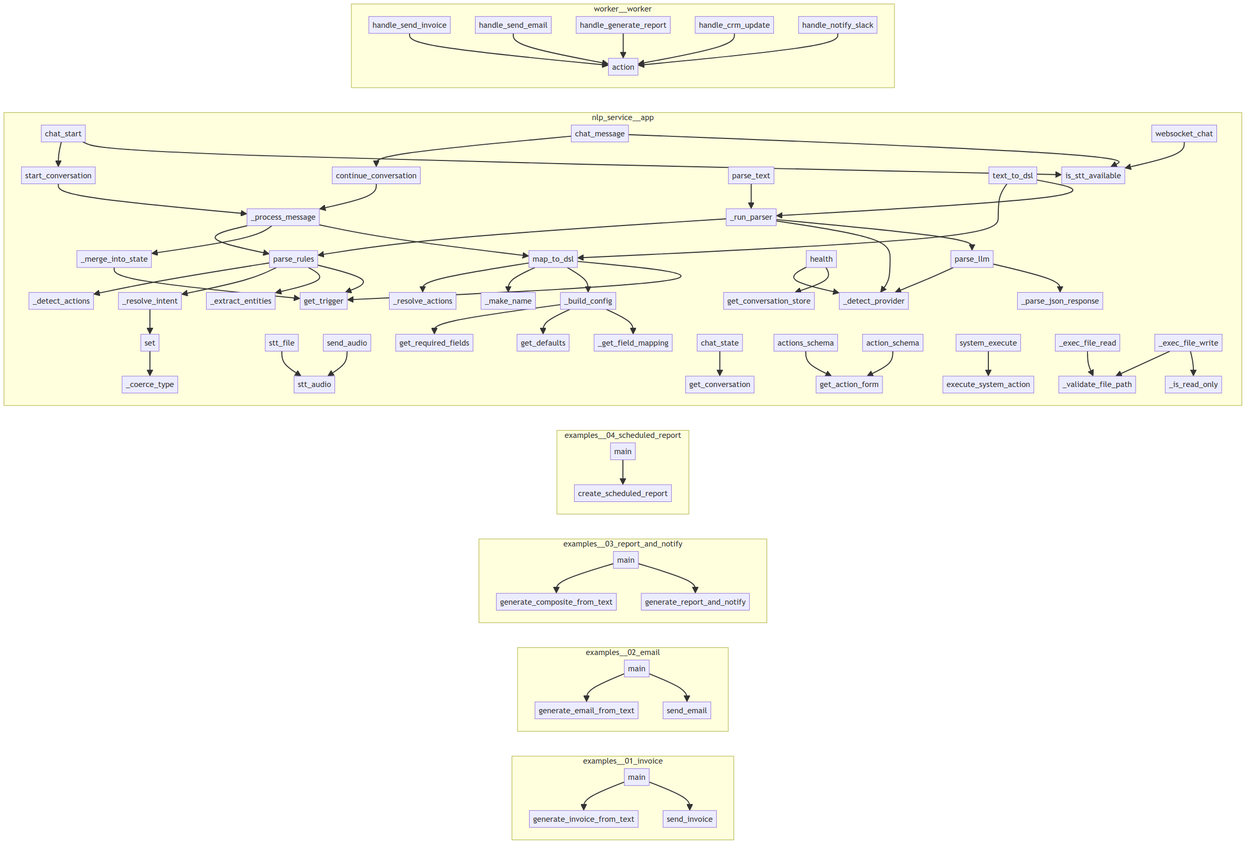
Earlier version of the Mermaid export project/calls.png (wronai/nlp2dsl). Its source is kept beside it as project/calls.mmd.
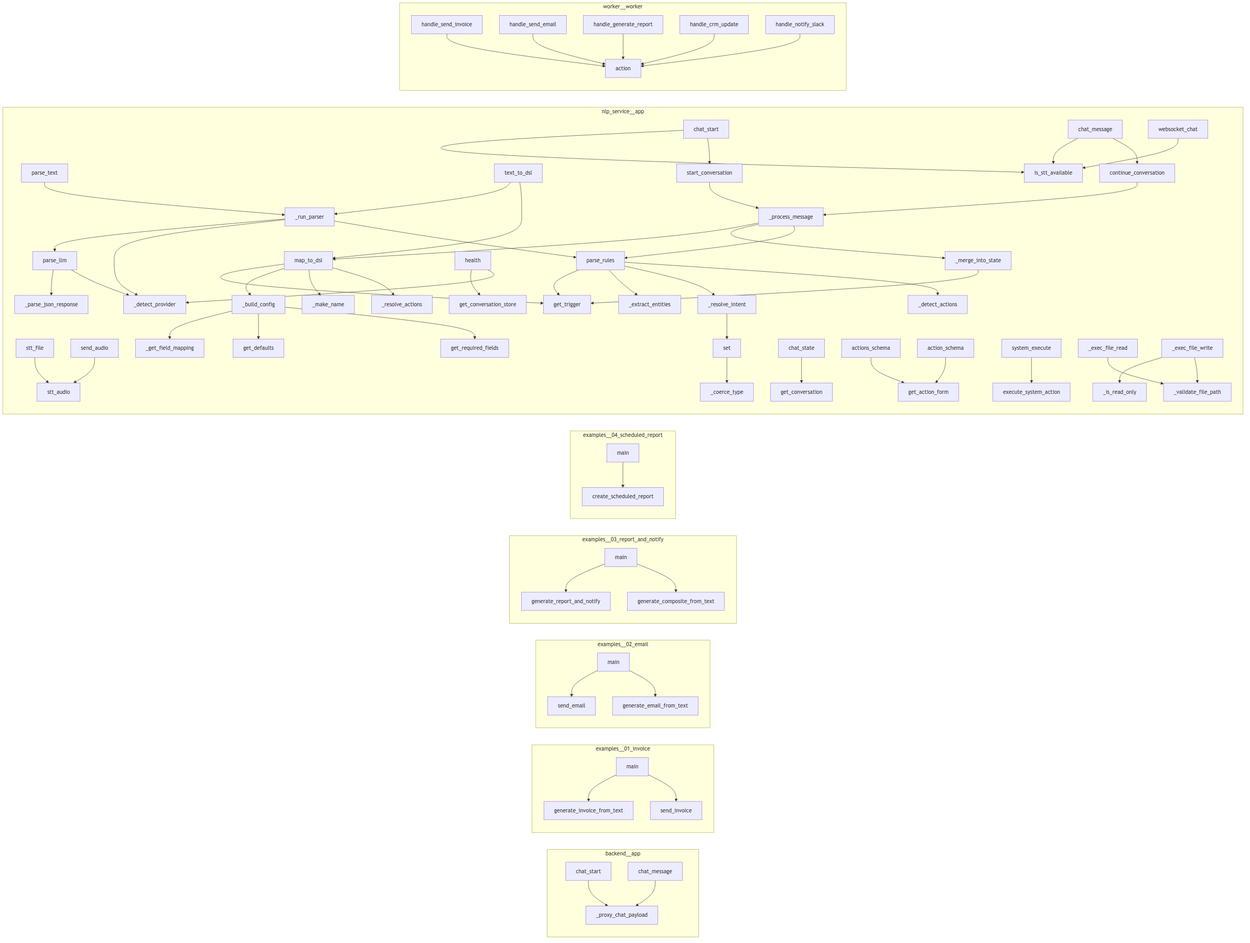
After the change.

Change to the diagram source:
```diff
@@ -1,84 +1,91 @@
 flowchart LR
+    subgraph backend__app
+        backend__app__workflow__chat_message["chat_message"]
+        backend__app__workflow__chat_start["chat_start"]
+        backend__app__workflow___proxy_chat_payload["_proxy_chat_payload"]
+    end
     subgraph examples__01_invoice
         examples__01_invoice__main__main["main"]
         examples__01_invoice__main__send_invoice["send_invoice"]
         examples__01_invoice__main__generate_invoice_from_text["generate_invoice_from_text"]
     end
     subgraph examples__02_email
+        examples__02_email__main__send_email["send_email"]
         examples__02_email__main__generate_email_from_text["generate_email_from_text"]
-        examples__02_email__main__send_email["send_email"]
         examples__02_email__main__main["main"]
     end
     subgraph examples__03_report_and_notify
-        examples__03_report_and_notify__main__generate_composite_from_text["generate_composite_from_text"]
         examples__03_report_and_notify__main__generate_report_and_notify["generate_report_and_notify"]
         examples__03_report_and_notify__main__main["main"]
+        examples__03_report_and_notify__main__generate_composite_from_text["generate_composite_from_text"]
     end
     subgraph examples__04_scheduled_report
         examples__04_scheduled_report__main__main["main"]
         examples__04_scheduled_report__main__create_scheduled_report["create_scheduled_report"]
     end
     subgraph nlp_service__app
+        nlp_service__app__orchestrator___merge_into_state["_merge_into_state"]
+        nlp_service__app__system_executor___is_read_only["_is_read_only"]
+        nlp_service__app__mapper__map_to_dsl["map_to_dsl"]
+        nlp_service__app__mapper___resolve_actions["_resolve_actions"]
+        nlp_service__app__main__system_execute["system_execute"]
+        nlp_service__app__main__chat_start["chat_start"]
+        nlp_service__app__orchestrator__start_conversation["start_conversation"]
+        nlp_service__app__orchestrator__continue_conversation["continue_conversation"]
+        nlp_service__app__registry__get_required_fields["get_required_fields"]
+        nlp_service__app__parser_rules___resolve_intent["_resolve_intent"]
+        nlp_service__app__parser_llm___parse_json_response["_parse_json_response"]
+        nlp_service__app__main__websocket_chat["websocket_chat"]
+        nlp_service__app__registry__get_defaults["get_defaults"]
+        nlp_service__app__main__chat_message["chat_message"]
+        nlp_service__app__parser_rules___extract_entities["_extract_entities"]
+        nlp_service__app__parser_llm___detect_provider["_detect_provider"]
         nlp_service__app__settings__SettingsManager__set["set"]
+        nlp_service__app__registry__get_trigger["get_trigger"]
+        nlp_service__app__audio_parser__StreamingSTT__send_audio["send_audio"]
         nlp_service__app__system_executor___exec_file_read["_exec_file_read"]
-        nlp_service__app__registry__get_required_fields["get_required_fields"]
-        nlp_service__app__system_executor___is_read_only["_is_read_only"]
-        nlp_service__app__orchestrator__continue_conversation["continue_conversation"]
+        nlp_service__app__main__text_to_dsl["text_to_dsl"]
+        nlp_service__app__mapper___get_field_mapping["_get_field_mapping"]
         nlp_service__app__mapper___build_config["_build_config"]
-        nlp_service__app__orchestrator___merge_into_state["_merge_into_state"]
+        nlp_service__app__audio_parser__stt_file["stt_file"]
+        nlp_service__app__main__chat_state["chat_state"]
+        nlp_service__app__system_executor___validate_file_path["_validate_file_path"]
+        nlp_service__app__system_executor___exec_file_write["_exec_file_write"]
+        nlp_service__app__parser_rules__parse_rules["parse_rules"]
+        nlp_service__app__mapper___make_name["_make_name"]
+        nlp_service__app__orchestrator__get_action_form["get_action_form"]
+        nlp_service__app__main__actions_schema["actions_schema"]
+        nlp_service__app__main__health["health"]
+        nlp_service__app__orchestrator__get_conversation["get_conversation"]
+        nlp_service__app__system_executor__execute_system_action["execute_system_action"]
+        nlp_service__app__settings___coerce_type["_coerce_type"]
+        nlp_service__app__main___run_parser["_run_parser"]
+        nlp_service__app__parser_llm__parse_llm["parse_llm"]
+        nlp_service__app__audio_parser__is_stt_available["is_stt_available"]
+        nlp_service__app__main__action_schema["action_schema"]
+        nlp_service__app__orchestrator___process_message["_process_message"]
+        nlp_service__app__parser_rules___detect_actions["_detect_actions"]
         nlp_service__app__store__factory__get_conversation_store["get_conversation_store"]
-        nlp_service__app__parser_llm__parse_llm["parse_llm"]
-        nlp_service__app__system_executor___validate_file_path["_validate_file_path"]
-        nlp_service__app__main__chat_start["chat_start"]
-        nlp_service__app__audio_parser__StreamingSTT__send_audio["send_audio"]
-        nlp_service__app__parser_rules__parse_rules["parse_rules"]
-        nlp_service__app__audio_parser__stt_file["stt_file"]
-        nlp_service__app__mapper___make_name["_make_name"]
-        nlp_service__app__settings___coerce_type["_coerce_type"]
-        nlp_service__app__main__action_schema["action_schema"]
-        nlp_service__app__main__health["health"]
-        nlp_service__app__parser_rules___detect_actions["_detect_actions"]
-        nlp_service__app__orchestrator___process_message["_process_message"]
-        nlp_service__app__mapper__map_to_dsl["map_to_dsl"]
-        nlp_service__app__mapper___get_field_mapping["_get_field_mapping"]
-        nlp_service__app__parser_rules___extract_entities["_extract_entities"]
-        nlp_service__app__orchestrator__start_conversation["start_conversation"]
-        nlp_service__app__main___run_parser["_run_parser"]
         nlp_service__app__audio_parser__stt_audio["stt_audio"]
-        nlp_service__app__audio_parser__is_stt_available["is_stt_available"]
-        nlp_service__app__main__text_to_dsl["text_to_dsl"]
-        nlp_service__app__main__chat_message["chat_message"]
-        nlp_service__app__main__actions_schema["actions_schema"]
-        nlp_service__app__main__system_execute["system_execute"]
-        nlp_service__app__parser_llm___parse_json_response["_parse_json_response"]
-        nlp_service__app__orchestrator__get_conversation["get_conversation"]
-        nlp_service__app__mapper___resolve_actions["_resolve_actions"]
-        nlp_service__app__parser_llm___detect_provider["_detect_provider"]
-        nlp_service__app__main__websocket_chat["websocket_chat"]
-        nlp_service__app__system_executor___exec_file_write["_exec_file_write"]
         nlp_service__app__main__parse_text["parse_text"]
-        nlp_service__app__registry__get_trigger["get_trigger"]
-        nlp_service__app__system_executor__execute_system_action["execute_system_action"]
-        nlp_service__app__registry__get_defaults["get_defaults"]
-        nlp_service__app__orchestrator__get_action_form["get_action_form"]
-        nlp_service__app__parser_rules___resolve_intent["_resolve_intent"]
-        nlp_service__app__main__chat_state["chat_state"]
     end
     subgraph worker__worker
+        worker__worker__handle_send_email["handle_send_email"]
+        worker__worker__handle_notify_slack["handle_notify_slack"]
+        worker__worker__handle_send_invoice["handle_send_invoice"]
+        worker__worker__handle_generate_report["handle_generate_report"]
         worker__worker__action["action"]
-        worker__worker__handle_send_invoice["handle_send_invoice"]
-        worker__worker__handle_notify_slack["handle_notify_slack"]
         worker__worker__handle_crm_update["handle_crm_update"]
-        worker__worker__handle_send_email["handle_send_email"]
-        worker__worker__handle_generate_report["handle_generate_report"]
     end
+    backend__app__workflow__chat_start --> backend__app__workflow___proxy_chat_payload
+    backend__app__workflow__chat_message --> backend__app__workflow___proxy_chat_payload
+    examples__04_scheduled_report__main__main --> examples__04_scheduled_report__main__create_scheduled_report
     examples__01_invoice__main__main --> examples__01_invoice__main__generate_invoice_from_text
     examples__01_invoice__main__main --> examples__01_invoice__main__send_invoice
-    examples__04_scheduled_report__main__main --> examples__04_scheduled_report__main__create_scheduled_report
+    examples__03_report_and_notify__main__main --> examples__03_report_and_notify__main__generate_report_and_notify
+    examples__03_report_and_notify__main__main --> examples__03_report_and_notify__main__generate_composite_from_text
     examples__02_email__main__main --> examples__02_email__main__send_email
     examples__02_email__main__main --> examples__02_email__main__generate_email_from_text
-    examples__03_report_and_notify__main__main --> examples__03_report_and_notify__main__generate_report_and_notify
-    examples__03_report_and_notify__main__main --> examples__03_report_and_notify__main__generate_composite_from_text
     nlp_service__app__audio_parser__stt_file --> nlp_service__app__audio_parser__stt_audio
     nlp_service__app__audio_parser__StreamingSTT__send_audio --> nlp_service__app__audio_parser__stt_audio
     nlp_service__app__parser_rules__parse_rules --> nlp_service__app__parser_rules___detect_actions
@@ -93,12 +100,6 @@
     nlp_service__app__mapper___build_config --> nlp_service__app__registry__get_required_fields
     nlp_service__app__mapper___build_config --> nlp_service__app__registry__get_defaults
     nlp_service__app__mapper___build_config --> nlp_service__app__mapper___get_field_mapping
-    nlp_service__app__orchestrator__start_conversation --> nlp_service__app__orchestrator___process_message
-    nlp_service__app__orchestrator__continue_conversation --> nlp_service__app__orchestrator___process_message
-    nlp_service__app__orchestrator___process_message --> nlp_service__app__parser_rules__parse_rules
-    nlp_service__app__orchestrator___process_message --> nlp_service__app__orchestrator___merge_into_state
-    nlp_service__app__orchestrator___process_message --> nlp_service__app__mapper__map_to_dsl
-    nlp_service__app__orchestrator___merge_into_state --> nlp_service__app__registry__get_trigger
     nlp_service__app__main__parse_text --> nlp_service__app__main___run_parser
     nlp_service__app__main__text_to_dsl --> nlp_service__app__mapper__map_to_dsl
     nlp_service__app__main__text_to_dsl --> nlp_service__app__main___run_parser
@@ -116,6 +117,13 @@
     nlp_service__app__main___run_parser --> nlp_service__app__parser_llm___detect_provider
     nlp_service__app__main___run_parser --> nlp_service__app__parser_llm__parse_llm
     nlp_service__app__main__websocket_chat --> nlp_service__app__audio_parser__is_stt_available
+    nlp_service__app__orchestrator__start_conversation --> nlp_service__app__orchestrator___process_message
+    nlp_service__app__orchestrator__continue_conversation --> nlp_service__app__orchestrator___process_message
+    nlp_service__app__orchestrator___process_message --> nlp_service__app__parser_rules__parse_rules
+    nlp_service__app__orchestrator___process_message --> nlp_service__app__orchestrator___merge_into_state
+    nlp_service__app__orchestrator___process_message --> nlp_service__app__mapper__map_to_dsl
+    nlp_service__app__orchestrator___merge_into_state --> nlp_service__app__registry__get_trigger
+    nlp_service__app__settings__SettingsManager__set --> nlp_service__app__settings___coerce_type
     nlp_service__app__system_executor___exec_file_read --> nlp_service__app__system_executor___validate_file_path
     nlp_service__app__system_executor___exec_file_write --> nlp_service__app__system_executor___validate_file_path
     nlp_service__app__system_executor___exec_file_write --> nlp_service__app__system_executor___is_read_only
@@ -124,6 +132,5 @@
     worker__worker__handle_generate_report --> worker__worker__action
     worker__worker__handle_crm_update --> worker__worker__action
     worker__worker__handle_notify_slack --> worker__worker__action
-    nlp_service__app__settings__SettingsManager__set --> nlp_service__app__settings___coerce_type
     nlp_service__app__parser_llm__parse_llm --> nlp_service__app__parser_llm___detect_provider
     nlp_service__app__parser_llm__parse_llm --> nlp_service__app__parser_llm___parse_json_response
```
